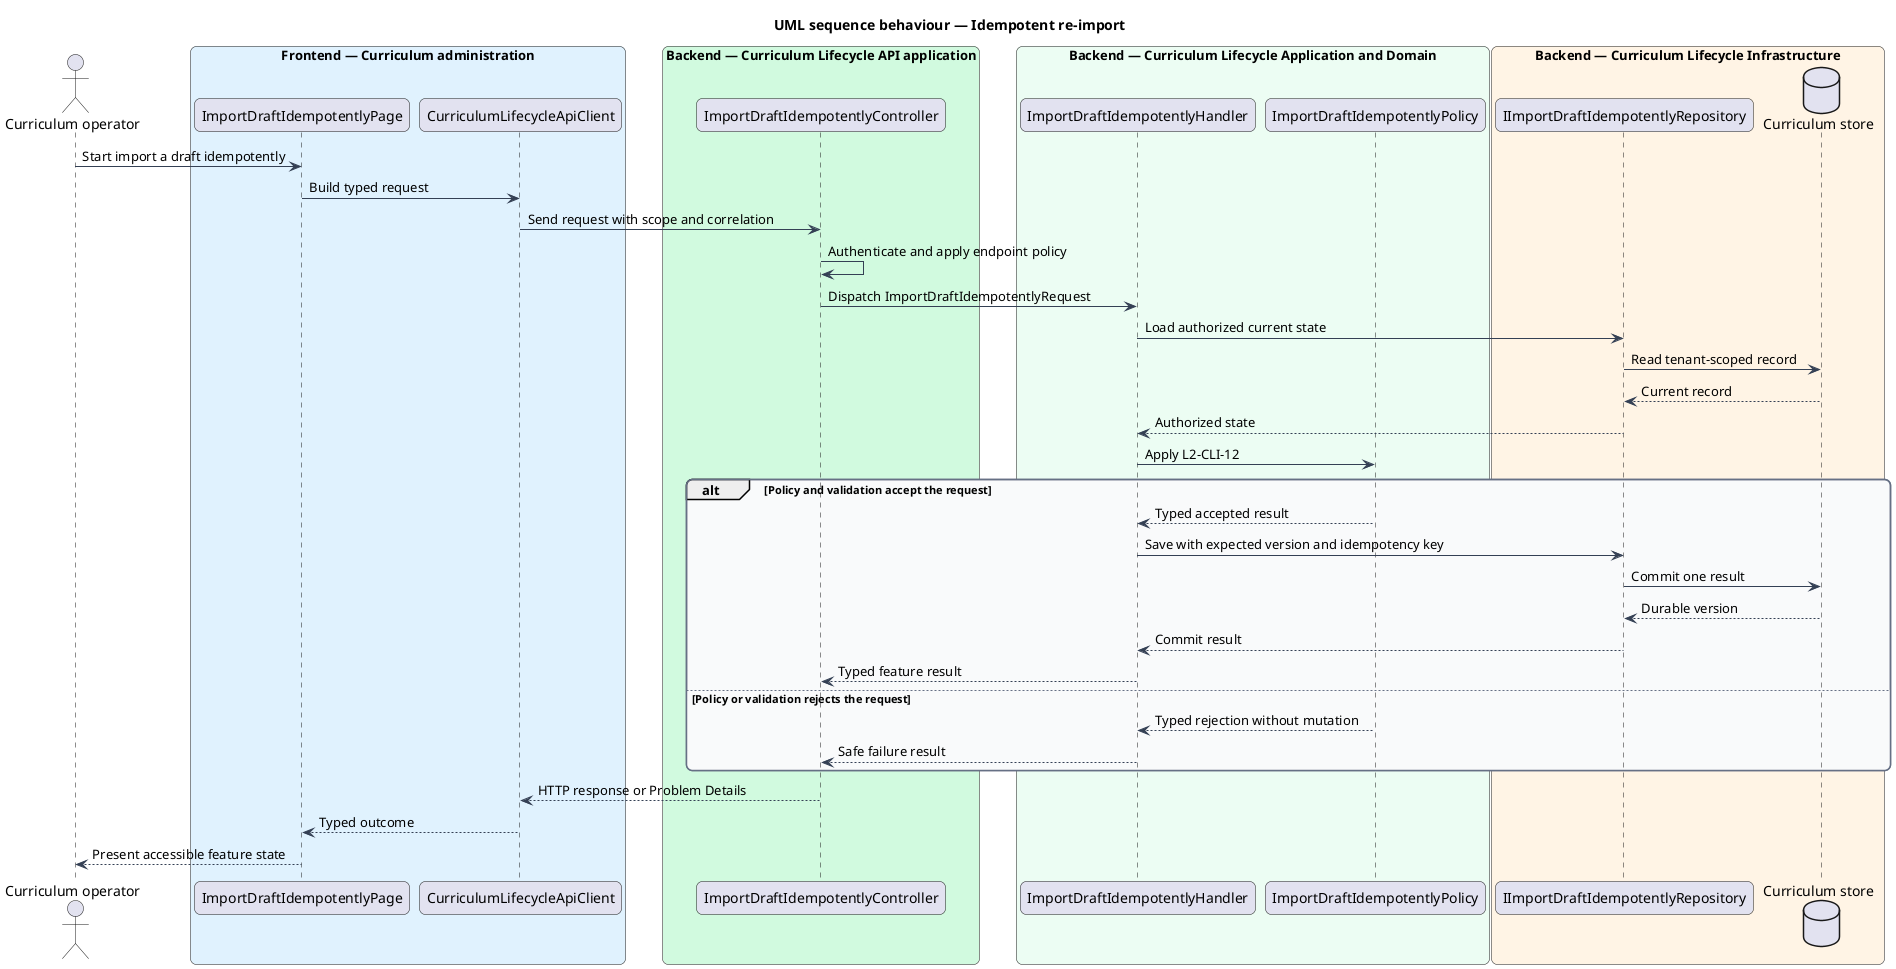
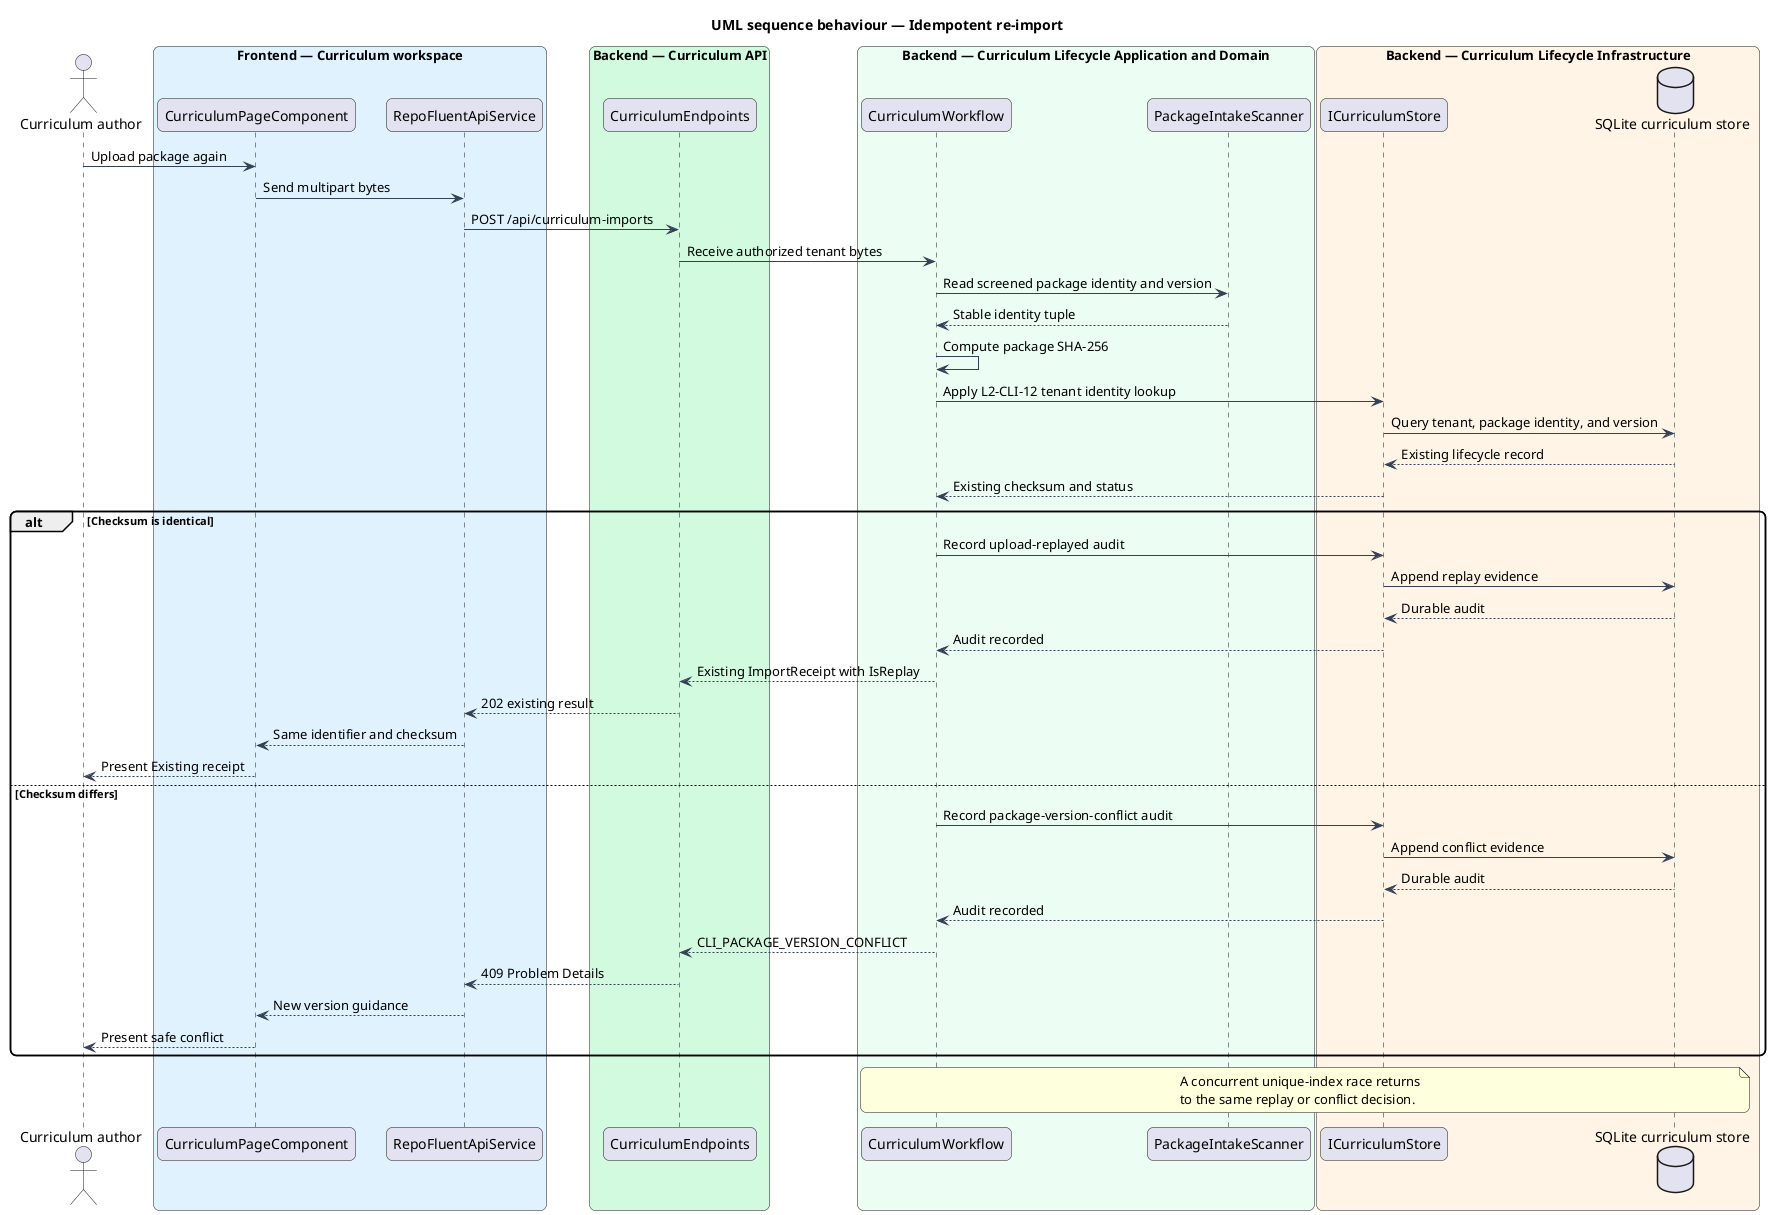
@startuml
title UML sequence behaviour — Idempotent re-import
skinparam backgroundColor #FFFFFF
skinparam shadowing false
skinparam roundcorner 12
skinparam defaultFontName Arial
skinparam ArrowColor #344054
- skinparam rectangle {
-   BorderColor #344054
-   FontColor #101828
- }
- skinparam package {
-   BorderColor #667085
-   FontColor #101828
-   BackgroundColor #F9FAFB
- }
- actor "Curriculum operator" as actor
- box "Frontend — Curriculum administration" #E0F2FE
-   participant "ImportDraftIdempotentlyPage" as entry
-   participant "CurriculumLifecycleApiClient" as client
+ actor "Curriculum author" as author
+ box "Frontend — Curriculum workspace" #E0F2FE
+   participant "CurriculumPageComponent" as page
+   participant "RepoFluentApiService" as client
end box
- box "Backend — Curriculum Lifecycle API application" #D1FADF
-   participant "ImportDraftIdempotentlyController" as controller
+ box "Backend — Curriculum API" #D1FADF
+   participant "CurriculumEndpoints" as endpoints
end box
box "Backend — Curriculum Lifecycle Application and Domain" #ECFDF3
-   participant "ImportDraftIdempotentlyHandler" as handler
-   participant "ImportDraftIdempotentlyPolicy" as policy
+   participant "CurriculumWorkflow" as workflow
+   participant "PackageIntakeScanner" as scanner
end box
box "Backend — Curriculum Lifecycle Infrastructure" #FFF4E5
-   participant "IImportDraftIdempotentlyRepository" as repository
-   database "Curriculum store" as store
+   participant "ICurriculumStore" as port
+   database "SQLite curriculum store" as store
end box
- actor -> entry : Start import a draft idempotently
- entry -> client : Build typed request
- client -> controller : Send request with scope and correlation
- controller -> controller : Authenticate and apply endpoint policy
- controller -> handler : Dispatch ImportDraftIdempotentlyRequest
- handler -> repository : Load authorized current state
- repository -> store : Read tenant-scoped record
- store --> repository : Current record
- repository --> handler : Authorized state
- handler -> policy : Apply L2-CLI-12
- alt Policy and validation accept the request
-   policy --> handler : Typed accepted result
-   handler -> repository : Save with expected version and idempotency key
-   repository -> store : Commit one result
-   store --> repository : Durable version
-   repository --> handler : Commit result
-   handler --> controller : Typed feature result
- else Policy or validation rejects the request
-   policy --> handler : Typed rejection without mutation
-   handler --> controller : Safe failure result
+ 
+ author -> page : Upload package again
+ page -> client : Send multipart bytes
+ client -> endpoints : POST /api/curriculum-imports
+ endpoints -> workflow : Receive authorized tenant bytes
+ workflow -> scanner : Read screened package identity and version
+ scanner --> workflow : Stable identity tuple
+ workflow -> workflow : Compute package SHA-256
+ workflow -> port : Apply L2-CLI-12 tenant identity lookup
+ port -> store : Query tenant, package identity, and version
+ store --> port : Existing lifecycle record
+ port --> workflow : Existing checksum and status
+ 
+ alt Checksum is identical
+   workflow -> port : Record upload-replayed audit
+   port -> store : Append replay evidence
+   store --> port : Durable audit
+   port --> workflow : Audit recorded
+   workflow --> endpoints : Existing ImportReceipt with IsReplay
+   endpoints --> client : 202 existing result
+   client --> page : Same identifier and checksum
+   page --> author : Present Existing receipt
+ else Checksum differs
+   workflow -> port : Record package-version-conflict audit
+   port -> store : Append conflict evidence
+   store --> port : Durable audit
+   port --> workflow : Audit recorded
+   workflow --> endpoints : CLI_PACKAGE_VERSION_CONFLICT
+   endpoints --> client : 409 Problem Details
+   client --> page : New version guidance
+   page --> author : Present safe conflict
end
- controller --> client : HTTP response or Problem Details
- client --> entry : Typed outcome
- entry --> actor : Present accessible feature state
+ 
+ note over workflow,store
+   A concurrent unique-index race returns
+   to the same replay or conflict decision.
+ end note
@enduml
